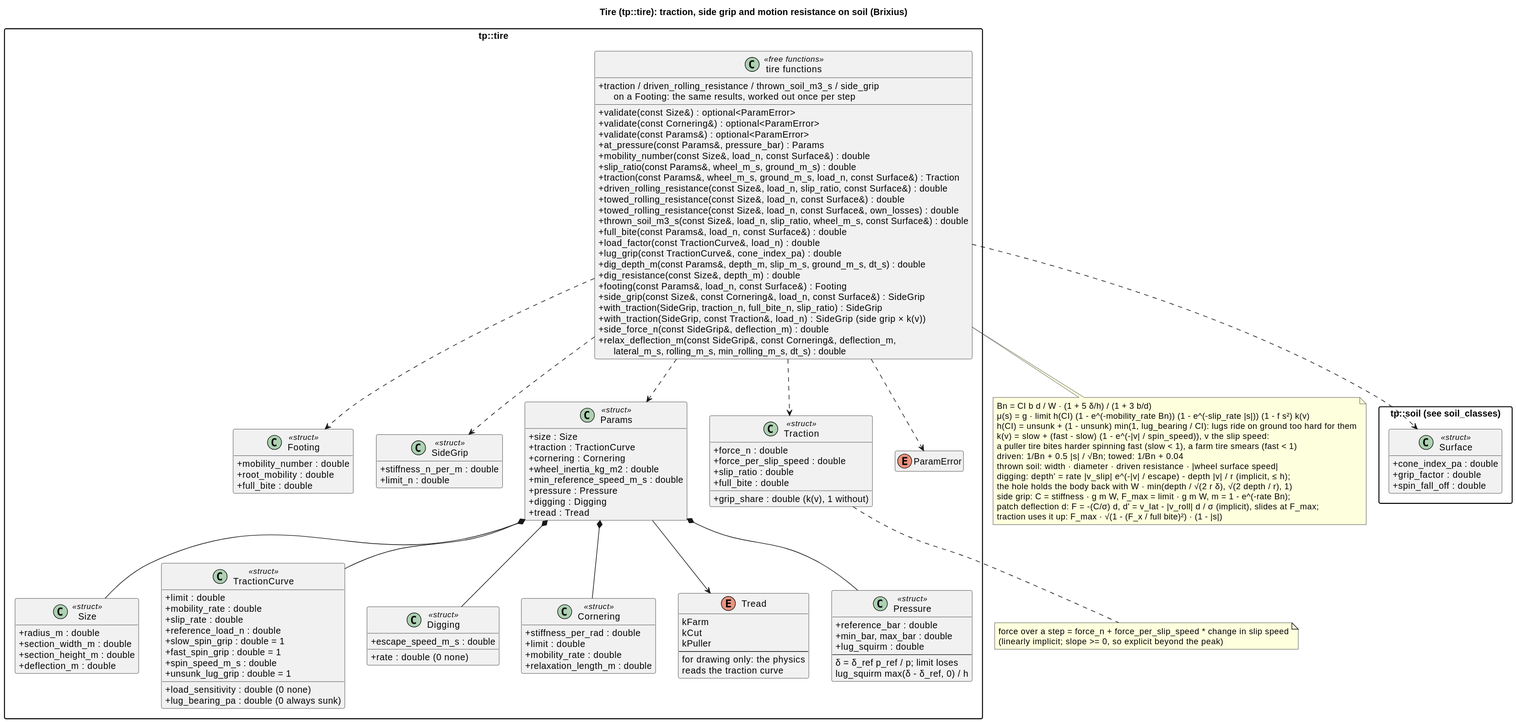
Earlier version of the PlantUML export docs/diagrams/svg/tire_classes.svg (wversteeg/TractorPulling).
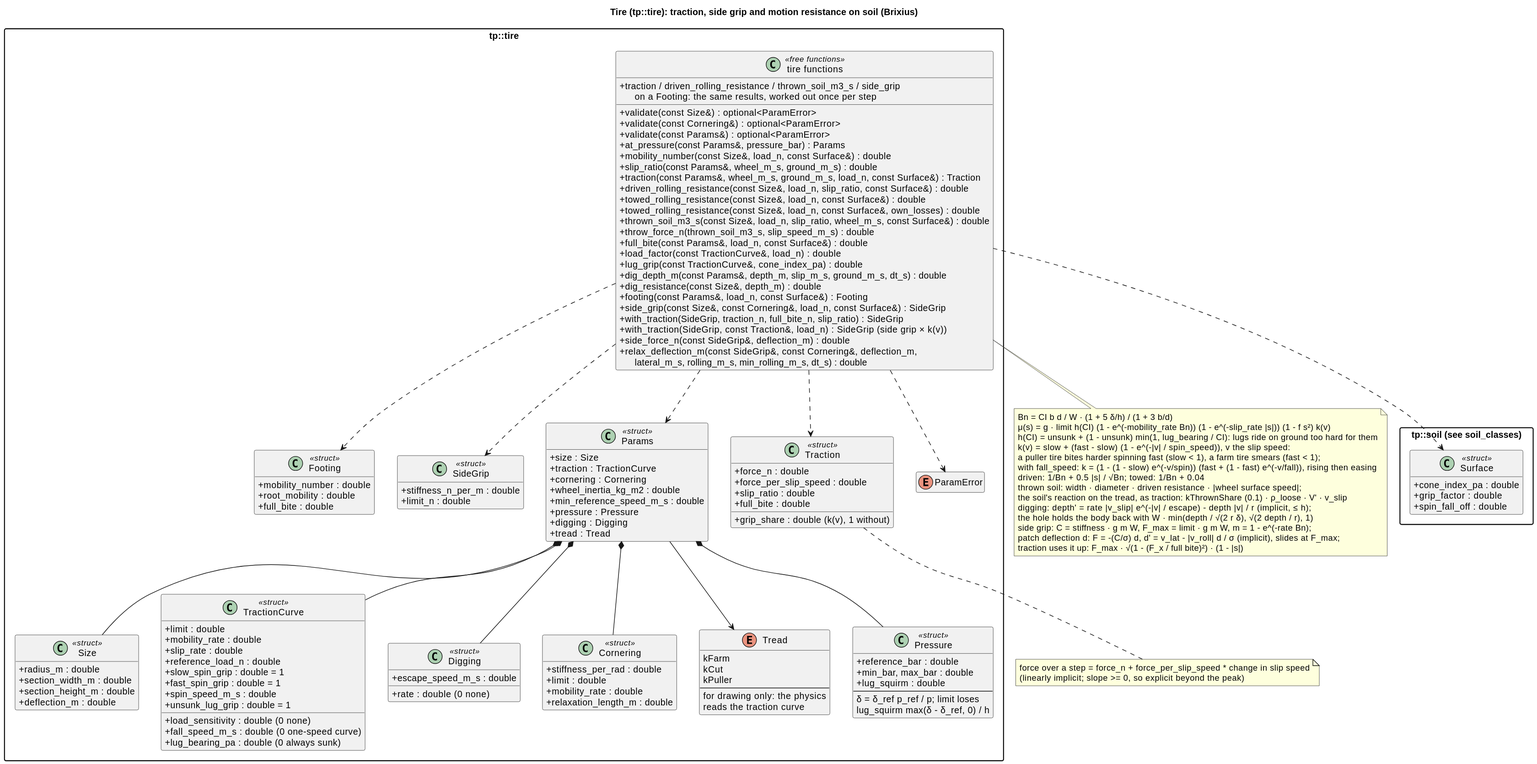
Later version of the same file.

Change to the diagram source:
```diff
@@ -28,6 +28,7 @@
     +slow_spin_grip : double = 1
     +fast_spin_grip : double = 1
     +spin_speed_m_s : double
+    +fall_speed_m_s : double (0 one-speed curve)
     +lug_bearing_pa : double (0 always sunk)
     +unsunk_lug_grip : double = 1
   }
@@ -96,6 +97,7 @@
     +towed_rolling_resistance(const Size&, load_n, const Surface&) : double
     +towed_rolling_resistance(const Size&, load_n, const Surface&, own_losses) : double
     +thrown_soil_m3_s(const Size&, load_n, slip_ratio, wheel_m_s, const Surface&) : double
+    +throw_force_n(thrown_soil_m3_s, slip_speed_m_s) : double
     +full_bite(const Params&, load_n, const Surface&) : double
     +load_factor(const TractionCurve&, load_n) : double
     +lug_grip(const TractionCurve&, cone_index_pa) : double
@@ -127,9 +129,11 @@
   μ(s) = g · limit h(CI) (1 - e^(-mobility_rate Bn)) (1 - e^(-slip_rate |s|)) (1 - f s²) k(v)
   h(CI) = unsunk + (1 - unsunk) min(1, lug_bearing / CI): lugs ride on ground too hard for them
   k(v) = slow + (fast - slow) (1 - e^(-|v| / spin_speed)), v the slip speed:
-  a puller tire bites harder spinning fast (slow < 1), a farm tire smears (fast < 1)
+  a puller tire bites harder spinning fast (slow < 1), a farm tire smears (fast < 1);
+  with fall_speed: k = (1 - (1 - slow) e^(-v/spin)) (fast + (1 - fast) e^(-v/fall)), rising then easing
   driven: 1/Bn + 0.5 |s| / √Bn;  towed: 1/Bn + 0.04
-  thrown soil: width · diameter · driven resistance · |wheel surface speed|
+  thrown soil: width · diameter · driven resistance · |wheel surface speed|;
+  the soil's reaction on the tread, as traction: kThrownShare (0.1) · ρ_loose · V' · v_slip
   digging: depth' = rate |v_slip| e^(-|v| / escape) - depth |v| / r (implicit, ≤ h);
   the hole holds the body back with W · min(depth / √(2 r δ), √(2 depth / r), 1)
   side grip: C = stiffness · g m W, F_max = limit · g m W, m = 1 - e^(-rate Bn);
```
